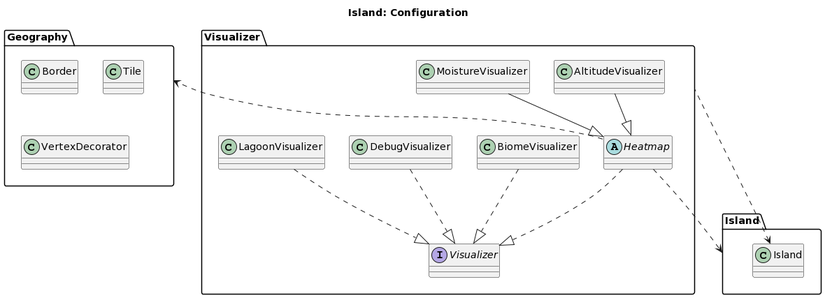
Before: umlDiagrams/A3/IndividualPackages/Visualizer/island_visual.png, a diagram exported from PlantUML (itshady/Island-Generator). Source of this version:
```plantuml
@startuml
title Island: Configuration

package Visualizer {

  interface Visualizer
  abstract class Heatmap
  class AltitudeVisualizer
  class BiomeVisualizer
  class DebugVisualizer
  class LagoonVisualizer
  class MoistureVisualizer

}

package Island {

  class Island

}

package Geography {

  class Border
  class Tile
  class VertexDecorator

}

AltitudeVisualizer --|> Visualizer.Heatmap

BiomeVisualizer ..|> Visualizer.Visualizer

DebugVisualizer ..|> Visualizer.Visualizer

Heatmap ..|> Visualizer.Visualizer
Heatmap .down.> Island
Heatmap .up.> Geography

LagoonVisualizer ..|> Visualizer.Visualizer

MoistureVisualizer --|> Visualizer.Heatmap

Visualizer .up.> Island.Island
@enduml
```
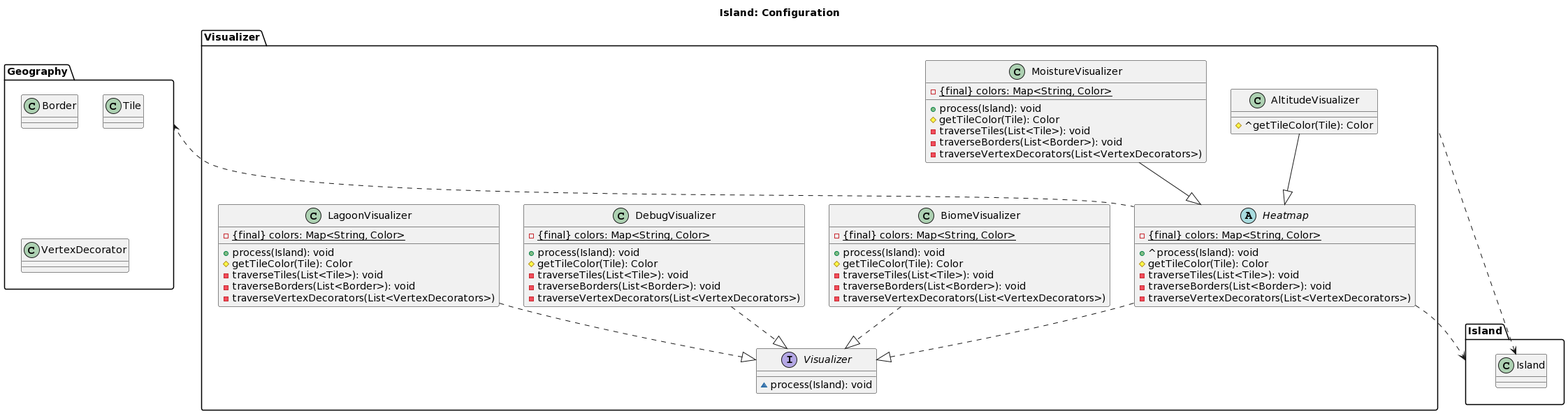
Above is the later version.

Commit message:
Edited UML diagrams for geography, specification, and visualizer packages

The edit, as a diff of the source:
```diff
@@ -3,13 +3,52 @@
 
 package Visualizer {
 
-  interface Visualizer
-  abstract class Heatmap
-  class AltitudeVisualizer
-  class BiomeVisualizer
-  class DebugVisualizer
-  class LagoonVisualizer
-  class MoistureVisualizer
+  interface Visualizer {
+    ~process(Island): void
+  }
+  abstract class Heatmap {
+    -{static}{final} colors: Map<String, Color>
+    +^process(Island): void
+    #getTileColor(Tile): Color
+    -traverseTiles(List<Tile>): void
+    -traverseBorders(List<Border>): void
+    -traverseVertexDecorators(List<VertexDecorators>)
+  }
+  class AltitudeVisualizer {
+    #^getTileColor(Tile): Color
+  }
+  class BiomeVisualizer {
+    -{static}{final} colors: Map<String, Color>
+    +process(Island): void
+    #getTileColor(Tile): Color
+    -traverseTiles(List<Tile>): void
+    -traverseBorders(List<Border>): void
+    -traverseVertexDecorators(List<VertexDecorators>)
+  }
+  class DebugVisualizer {
+    -{static}{final} colors: Map<String, Color>
+    +process(Island): void
+    #getTileColor(Tile): Color
+    -traverseTiles(List<Tile>): void
+    -traverseBorders(List<Border>): void
+    -traverseVertexDecorators(List<VertexDecorators>)
+  }
+  class LagoonVisualizer {
+    -{static}{final} colors: Map<String, Color>
+    +process(Island): void
+    #getTileColor(Tile): Color
+    -traverseTiles(List<Tile>): void
+    -traverseBorders(List<Border>): void
+    -traverseVertexDecorators(List<VertexDecorators>)
+  }
+  class MoistureVisualizer {
+    -{static}{final} colors: Map<String, Color>
+    +process(Island): void
+    #getTileColor(Tile): Color
+    -traverseTiles(List<Tile>): void
+    -traverseBorders(List<Border>): void
+    -traverseVertexDecorators(List<VertexDecorators>)
+  }
 
 }
 
```
